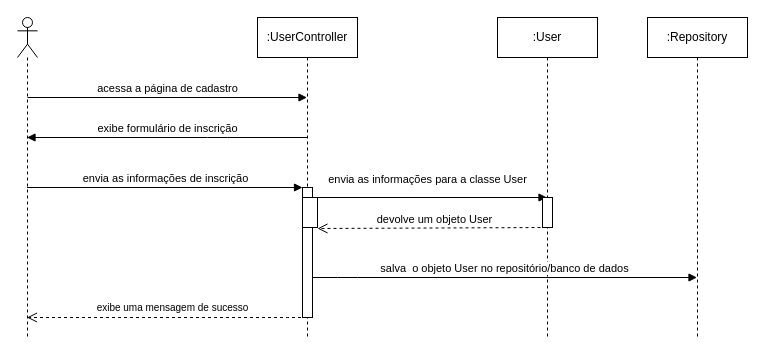
kaiohenricunha/UML keeps this draw.io diagram as musiverso-sequence-diagram.drawio. Above is the earlier version. Source tidied: cells renumbered, new cells numbered last; positions are measured from the earlier drawing's top-left corner, leaving out a move shared by most shapes. Both pictures are drawn from the tidied source at 100%, with x=0, y=0 at pixel (17, 17).
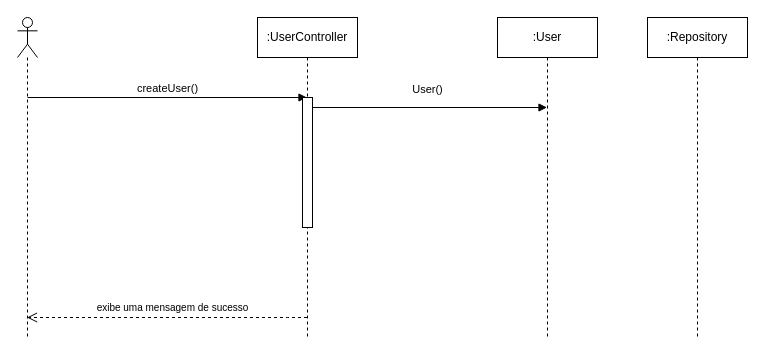
After the change.

The change refers to these unchanged cells:
```xml
<mxCell id="2" value=":UserController" style="shape=umlLifeline;perimeter=lifelinePerimeter;whiteSpace=wrap;html=1;outlineConnect=0;" parent="1" vertex="1">
  <mxGeometry x="240" width="100" height="320" as="geometry" />
</mxCell>
<mxCell id="3" style="shape=umlLifeline;participant=umlActor;perimeter=lifelinePerimeter;whiteSpace=wrap;html=1;verticalAlign=top;spacingTop=36;outlineConnect=0;" parent="1" vertex="1">
  <mxGeometry width="20" height="320" as="geometry" />
</mxCell>
<mxCell id="15" value=":Repository" style="shape=umlLifeline;perimeter=lifelinePerimeter;whiteSpace=wrap;html=1;outlineConnect=0;" parent="1" vertex="1">
  <mxGeometry x="630" width="100" height="320" as="geometry" />
</mxCell>
```

Diff of the diagram source:
```diff
@@
-    <mxCell id="4" value="acessa a página de cadastro" style="html=1;verticalAlign=bottom;endArrow=block;" parent="1" edge="1" target="2">
+    <mxCell id="4" value="createUser()" style="html=1;verticalAlign=bottom;endArrow=block;" parent="1" edge="1" target="2">
       <mxGeometry relative="1" as="geometry">
         <mxPoint x="10" y="80" as="sourcePoint" />
       </mxGeometry>
     </mxCell>
-    <mxCell id="5" value="exibe formulário de inscrição" style="html=1;verticalAlign=bottom;endArrow=block;" parent="1" edge="1" source="2" target="3">
-      <mxGeometry relative="1" as="geometry">
-        <Array as="points">
-          <mxPoint x="200" y="120" />
-        </Array>
-      </mxGeometry>
-    </mxCell>
     <mxCell id="6" style="html=1;points=[];perimeter=orthogonalPerimeter;" parent="1" vertex="1">
-      <mxGeometry x="285" y="170" width="10" height="130" as="geometry" />
+      <mxGeometry x="285" y="80" width="10" height="130" as="geometry" />
     </mxCell>
-    <mxCell id="7" value="envia as informações de inscrição" style="html=1;verticalAlign=bottom;endArrow=block;entryX=0;entryY=0;" parent="1" edge="1" source="3" target="6">
-      <mxGeometry relative="1" as="geometry" />
-    </mxCell>
@@
-    <mxCell id="9" value="envia as informações para a classe User" style="html=1;verticalAlign=bottom;endArrow=block;" parent="1" edge="1">
+    <mxCell id="9" value="User()" style="html=1;verticalAlign=bottom;endArrow=block;" parent="1" edge="1">
       <mxGeometry x="-0.02" y="10" relative="1" as="geometry">
-        <mxPoint x="295" y="180" as="sourcePoint" />
-        <mxPoint x="529.5" y="180" as="targetPoint" />
+        <mxPoint x="295" y="90" as="sourcePoint" />
+        <mxPoint x="529.5" y="90" as="targetPoint" />
         <mxPoint y="1" as="offset" />
       </mxGeometry>
     </mxCell>
@@
-    <mxCell id="11" style="html=1;perimeter=orthogonalPerimeter;" parent="1" vertex="1">
-      <mxGeometry x="525" y="180" width="10" height="30" as="geometry" />
-    </mxCell>
-    <mxCell id="12" value="devolve um objeto User" style="html=1;verticalAlign=bottom;endArrow=open;dashed=1;endSize=8;exitX=0;exitY=0.95;" parent="1" edge="1">
-      <mxGeometry relative="1" as="geometry">
-        <mxPoint x="535" y="210" as="sourcePoint" />
-        <mxPoint x="300" y="211" as="targetPoint" />
-      </mxGeometry>
-    </mxCell>
-    <mxCell id="13" style="html=1;perimeter=orthogonalPerimeter;" parent="1" vertex="1">
-      <mxGeometry x="285" y="180" width="15" height="30" as="geometry" />
-    </mxCell>
-    <mxCell id="14" value="salva&amp;nbsp; o objeto User no repositório/banco de dados" style="html=1;verticalAlign=bottom;endArrow=block;" parent="1" edge="1" source="6" target="15">
-      <mxGeometry relative="1" as="geometry">
-        <Array as="points">
-          <mxPoint x="330" y="260" />
-        </Array>
-      </mxGeometry>
-    </mxCell>
```
